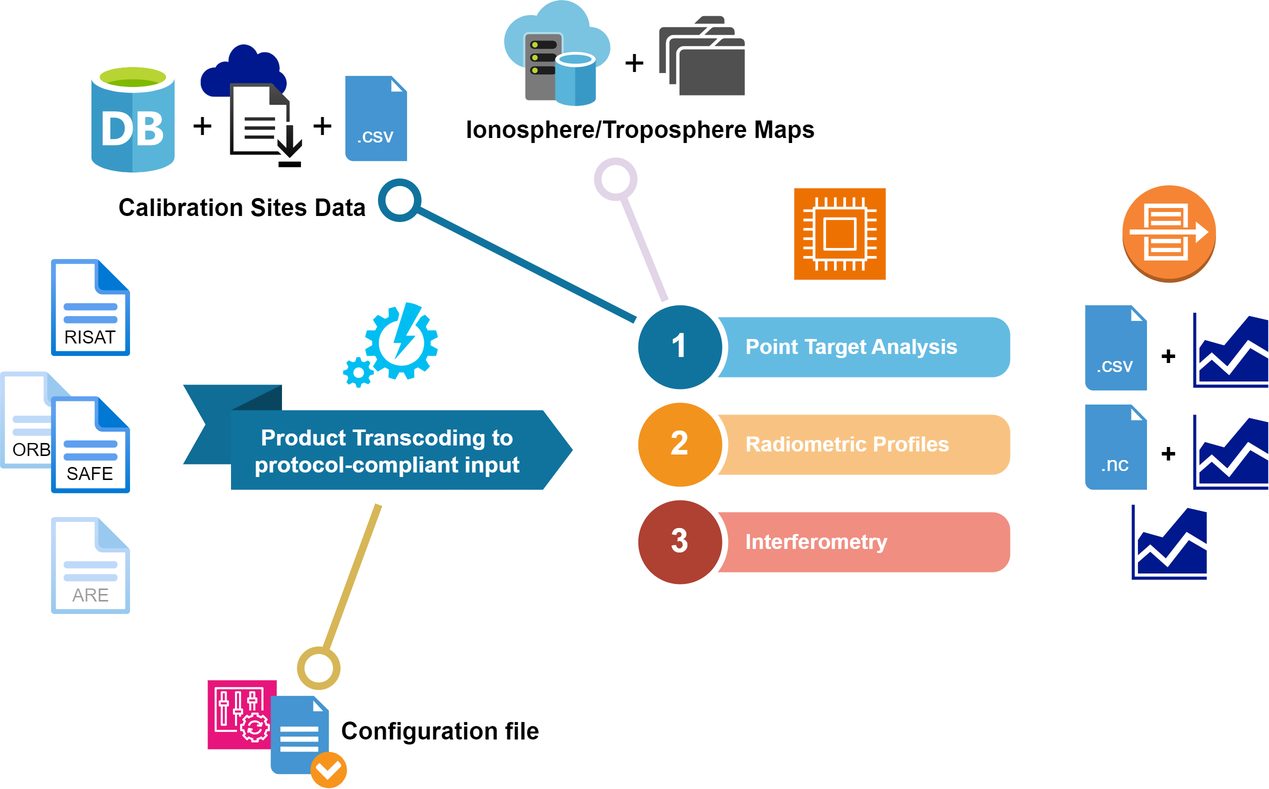
Earlier version of the draw.io export documentation/sct_diagram.drawio.png (aresys-srl/sct). Source tidied: cells renumbered, new cells last; positions are measured from the earlier drawing's top-left corner, leaving out a move shared by most shapes.
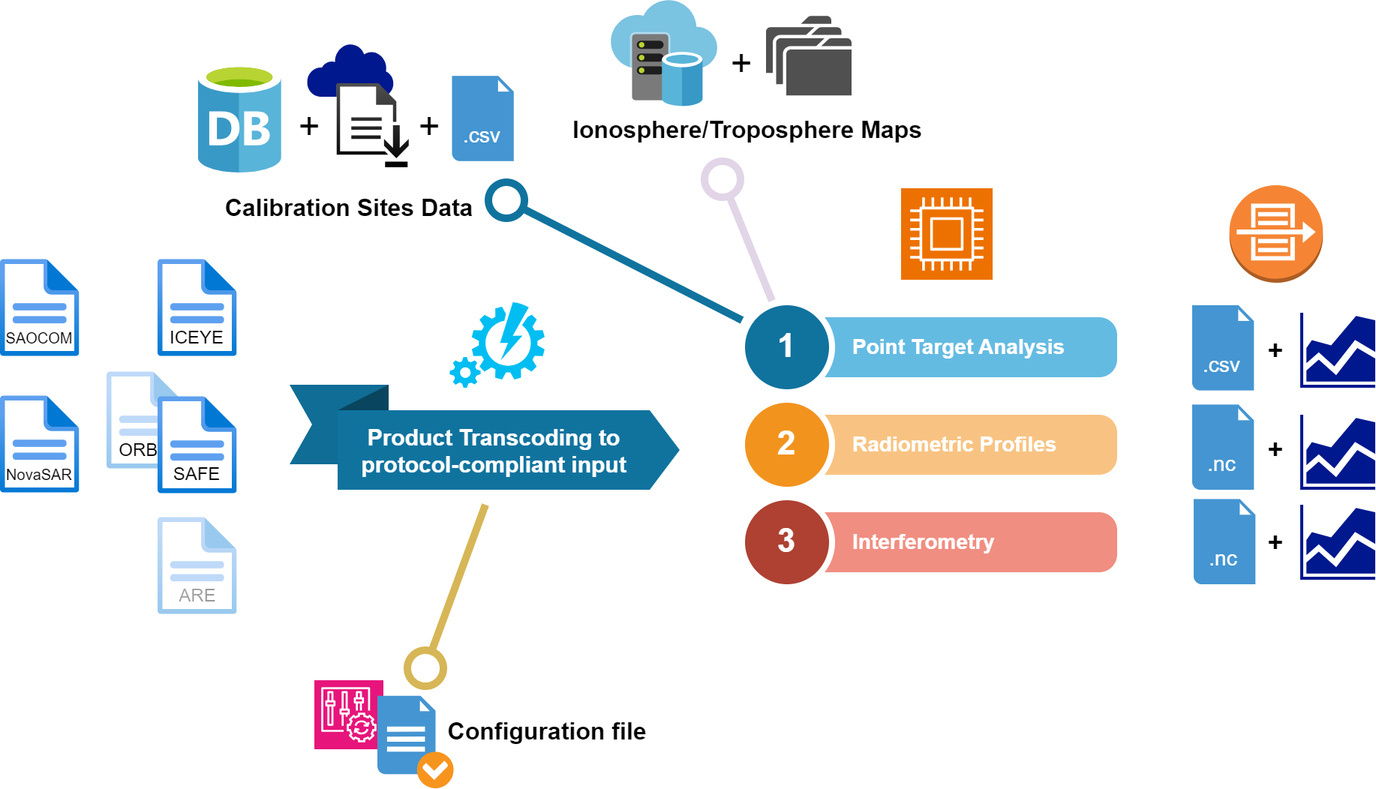
After the commit.

The edit, as a diff of the source:
```diff
@@ -82,7 +82,7 @@
       <mxGeometry x="795" y="208" width="50" height="50" as="geometry" />
     </mxCell>
     <mxCell id="27" value="&lt;b&gt;&lt;font style=&quot;font-size: 18px;&quot;&gt;+&lt;/font&gt;&lt;/b&gt;" style="text;strokeColor=none;fillColor=none;html=1;align=center;verticalAlign=middle;whiteSpace=wrap;rounded=0;fontSize=16;" parent="1" vertex="1">
-      <mxGeometry x="749" y="223" width="60" height="30" as="geometry" />
+      <mxGeometry x="749" y="219" width="60" height="30" as="geometry" />
     </mxCell>
     <mxCell id="28" style="shadow=0;dashed=0;html=1;strokeColor=none;fillColor=#4495D1;labelPosition=center;verticalLabelPosition=bottom;verticalAlign=top;align=center;shape=mxgraph.veeam.2d.file;fontSize=16;" parent="1" vertex="1">
       <mxGeometry x="723" y="269.2" width="41.1" height="56.8" as="geometry" />
@@ -94,7 +94,7 @@
       <mxGeometry x="795" y="276" width="50" height="50" as="geometry" />
     </mxCell>
     <mxCell id="31" value="&lt;b&gt;&lt;font style=&quot;font-size: 18px;&quot;&gt;+&lt;/font&gt;&lt;/b&gt;" style="text;strokeColor=none;fillColor=none;html=1;align=center;verticalAlign=middle;whiteSpace=wrap;rounded=0;fontSize=16;" parent="1" vertex="1">
-      <mxGeometry x="749" y="287.6" width="60" height="30" as="geometry" />
+      <mxGeometry x="749" y="284.6" width="60" height="30" as="geometry" />
     </mxCell>
     <mxCell id="32" value="&lt;font style=&quot;font-size: 25px;&quot;&gt;+&lt;/font&gt;" style="text;strokeColor=none;fillColor=none;html=1;align=center;verticalAlign=middle;whiteSpace=wrap;rounded=0;fontSize=16;" parent="1" vertex="1">
       <mxGeometry x="104.9" y="68" width="60" height="30" as="geometry" />
@@ -150,13 +150,37 @@
       <mxGeometry x="196.8" y="472" width="193" height="30" as="geometry" />
     </mxCell>
     <mxCell id="47" style="sketch=0;shadow=0;dashed=0;html=1;strokeColor=none;labelPosition=center;verticalLabelPosition=bottom;verticalAlign=top;align=center;fillColor=#00188D;shape=mxgraph.mscae.general.graph;fontSize=16;" parent="1" vertex="1">
-      <mxGeometry x="754" y="336" width="50" height="50" as="geometry" />
+      <mxGeometry x="795" y="336" width="50" height="50" as="geometry" />
     </mxCell>
     <mxCell id="48" style="image;html=1;align=center;fontSize=12;image=img/lib/azure2/general/File.svg;" parent="1" vertex="1">
       <mxGeometry x="34" y="172.5" width="52.8" height="65" as="geometry" />
     </mxCell>
-    <mxCell id="49" value="RISAT" style="text;strokeColor=none;fillColor=default;html=1;align=center;verticalAlign=middle;whiteSpace=wrap;rounded=0;fontSize=12;labelBackgroundColor=none;" parent="1" vertex="1">
+    <mxCell id="49" value="ICEYE" style="text;strokeColor=none;fillColor=default;html=1;align=center;verticalAlign=middle;whiteSpace=wrap;rounded=0;fontSize=12;labelBackgroundColor=none;" parent="1" vertex="1">
       <mxGeometry x="41.3" y="218.2" width="38.1" height="13" as="geometry" />
     </mxCell>
+    <mxCell id="50" value="?" style="text;strokeColor=none;fillColor=none;html=1;align=center;verticalAlign=middle;whiteSpace=wrap;rounded=0;fontSize=14;fontColor=#FFFFFF;" parent="1" vertex="1">
+      <mxGeometry x="724" y="360.1" width="40" height="20" as="geometry" />
+    </mxCell>
+    <mxCell id="51" style="shadow=0;dashed=0;html=1;strokeColor=none;fillColor=#4495D1;labelPosition=center;verticalLabelPosition=bottom;verticalAlign=top;align=center;shape=mxgraph.veeam.2d.file;fontSize=16;" parent="1" vertex="1">
+      <mxGeometry x="724" y="332.2" width="41.1" height="56.8" as="geometry" />
+    </mxCell>
+    <mxCell id="52" value=".nc" style="text;strokeColor=none;fillColor=none;html=1;align=center;verticalAlign=middle;whiteSpace=wrap;rounded=0;fontSize=14;fontColor=#FFFFFF;" parent="1" vertex="1">
+      <mxGeometry x="724" y="362.2" width="40" height="20" as="geometry" />
+    </mxCell>
+    <mxCell id="53" value="&lt;b&gt;&lt;font style=&quot;font-size: 18px;&quot;&gt;+&lt;/font&gt;&lt;/b&gt;" style="text;strokeColor=none;fillColor=none;html=1;align=center;verticalAlign=middle;whiteSpace=wrap;rounded=0;fontSize=16;" parent="1" vertex="1">
+      <mxGeometry x="749" y="347" width="60" height="30" as="geometry" />
+    </mxCell>
+    <mxCell id="54" style="image;html=1;align=center;fontSize=12;image=img/lib/azure2/general/File.svg;" parent="1" vertex="1">
+      <mxGeometry x="-71" y="172.5" width="52.8" height="65" as="geometry" />
+    </mxCell>
+    <mxCell id="55" value="SAOCOM" style="text;strokeColor=none;fillColor=default;html=1;align=center;verticalAlign=middle;whiteSpace=wrap;rounded=0;fontSize=10;labelBackgroundColor=none;" parent="1" vertex="1">
+      <mxGeometry x="-63.7" y="218.2" width="38.1" height="13" as="geometry" />
+    </mxCell>
+    <mxCell id="56" style="image;html=1;align=center;fontSize=12;image=img/lib/azure2/general/File.svg;" parent="1" vertex="1">
+      <mxGeometry x="-71" y="263.5" width="52.8" height="65" as="geometry" />
+    </mxCell>
+    <mxCell id="57" value="NovaSAR" style="text;strokeColor=none;fillColor=default;html=1;align=center;verticalAlign=middle;whiteSpace=wrap;rounded=0;fontSize=10;labelBackgroundColor=none;" parent="1" vertex="1">
+      <mxGeometry x="-63.7" y="309.2" width="38.1" height="13" as="geometry" />
+    </mxCell>
   </root>
 </mxGraphModel>
```
